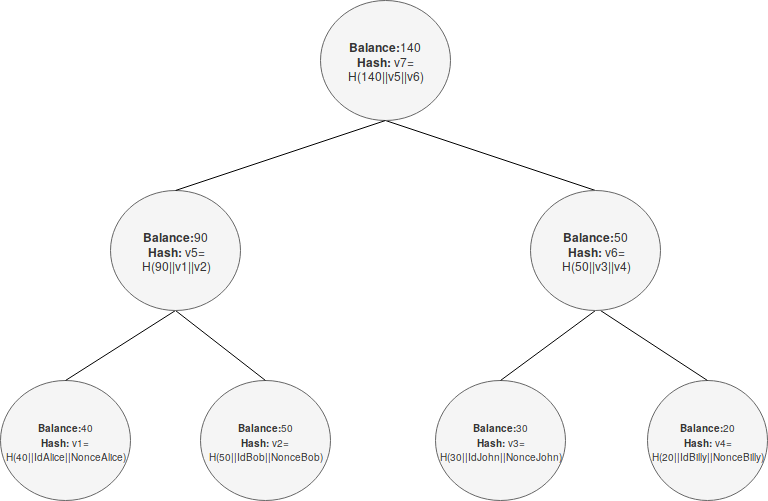
enumatech/blog keeps this draw.io diagram as images/merkle-tree/proof-of-liabilities.png. Above is the earlier version. Source tidied: cells renumbered, new cells last; positions are measured from the earlier drawing's top-left corner, leaving out a move shared by most shapes. The source it was exported from:
```xml
<mxGraphModel>
  <root>
    <mxCell id="0" />
    <mxCell id="1" parent="0" />
    <mxCell id="2" value="&lt;font style=&quot;font-size: 10px&quot;&gt;&lt;b&gt;Balance:&lt;/b&gt;40&lt;br&gt;&lt;b&gt;Hash: &lt;/b&gt;v1=&lt;b&gt;&lt;br&gt;&lt;/b&gt;H(40||IdAlice||NonceAlice)&lt;/font&gt;" style="ellipse;whiteSpace=wrap;html=1;fillColor=#f5f5f5;strokeColor=#666666;fontColor=#333333;" parent="1" vertex="1">
      <mxGeometry y="380" width="130" height="120" as="geometry" />
    </mxCell>
    <mxCell id="3" value="&lt;font style=&quot;font-size: 10px&quot;&gt;&lt;b&gt;Balance:&lt;/b&gt;30&lt;br&gt;&lt;/font&gt;&lt;div&gt;&lt;font style=&quot;font-size: 10px&quot;&gt;&lt;b&gt;Hash: &lt;/b&gt;v3=&lt;/font&gt;&lt;/div&gt;&lt;div&gt;&lt;font style=&quot;font-size: 10px&quot;&gt;H(30||IdJohn||NonceJohn)&lt;/font&gt;&lt;/div&gt;" style="ellipse;whiteSpace=wrap;html=1;fillColor=#f5f5f5;strokeColor=#666666;fontColor=#333333;" parent="1" vertex="1">
      <mxGeometry x="435" y="380" width="130" height="120" as="geometry" />
    </mxCell>
    <mxCell id="4" value="&lt;font style=&quot;font-size: 10px&quot;&gt;&lt;b&gt;Balance:&lt;/b&gt;50&lt;br&gt;&lt;b&gt;Hash: &lt;/b&gt;v2=&lt;b&gt;&lt;br&gt;&lt;/b&gt;H(50||IdBob||NonceBob)&lt;/font&gt;" style="ellipse;whiteSpace=wrap;html=1;fillColor=#f5f5f5;strokeColor=#666666;fontColor=#333333;" parent="1" vertex="1">
      <mxGeometry x="200" y="380" width="130" height="120" as="geometry" />
    </mxCell>
    <mxCell id="5" value="&lt;font style=&quot;font-size: 10px&quot;&gt;&lt;b&gt;Balance:&lt;/b&gt;20&lt;br&gt;&lt;/font&gt;&lt;div&gt;&lt;font style=&quot;font-size: 10px&quot;&gt;&lt;b&gt;Hash: &lt;/b&gt;v4=&lt;/font&gt;&lt;/div&gt;&lt;div&gt;&lt;font style=&quot;font-size: 10px&quot;&gt;H(20||IdBilly||NonceBilly)&lt;/font&gt;&lt;/div&gt;" style="ellipse;whiteSpace=wrap;html=1;fillColor=#f5f5f5;strokeColor=#666666;fontColor=#333333;" parent="1" vertex="1">
      <mxGeometry x="647" y="380" width="120" height="120" as="geometry" />
    </mxCell>
    <mxCell id="6" style="endArrow=none;html=1;exitX=0.5;exitY=0;exitDx=0;exitDy=0;entryX=0.5;entryY=1;entryDx=0;entryDy=0;" parent="1" edge="1" source="12" target="13">
      <mxGeometry relative="1" as="geometry" />
    </mxCell>
    <mxCell id="7" style="endArrow=none;html=1;entryX=0.5;entryY=1;entryDx=0;entryDy=0;exitX=0.5;exitY=0;exitDx=0;exitDy=0;" parent="1" edge="1" source="2" target="11">
      <mxGeometry relative="1" as="geometry" />
    </mxCell>
    <mxCell id="8" style="endArrow=none;html=1;exitX=0.5;exitY=0;exitDx=0;exitDy=0;entryX=0.5;entryY=1;entryDx=0;entryDy=0;" parent="1" edge="1" source="4" target="11">
      <mxGeometry relative="1" as="geometry" />
    </mxCell>
    <mxCell id="9" style="endArrow=none;html=1;entryX=0.5;entryY=1;entryDx=0;entryDy=0;exitX=0.5;exitY=0;exitDx=0;exitDy=0;" parent="1" edge="1" source="3" target="12">
      <mxGeometry relative="1" as="geometry" />
    </mxCell>
    <mxCell id="10" style="endArrow=none;html=1;exitX=0.5;exitY=0;exitDx=0;exitDy=0;" parent="1" edge="1" source="5">
      <mxGeometry relative="1" as="geometry">
        <mxPoint x="600" y="310" as="targetPoint" />
      </mxGeometry>
    </mxCell>
    <mxCell id="11" value="&lt;font&gt;&lt;b&gt;Balance:&lt;/b&gt;90&lt;br&gt;&lt;/font&gt;&lt;div&gt;&lt;font&gt;&lt;b&gt;Hash: &lt;/b&gt;v5=&lt;/font&gt;&lt;/div&gt;&lt;div&gt;&lt;font&gt;H(90||v1||v2)&lt;/font&gt;&lt;/div&gt;" style="ellipse;whiteSpace=wrap;html=1;fillColor=#f5f5f5;strokeColor=#666666;fontColor=#333333;" parent="1" vertex="1">
      <mxGeometry x="110" y="190" width="130" height="120" as="geometry" />
    </mxCell>
    <mxCell id="12" value="&lt;font&gt;&lt;b&gt;Balance:&lt;/b&gt;50&lt;br&gt;&lt;/font&gt;&lt;div&gt;&lt;font&gt;&lt;b&gt;Hash: &lt;/b&gt;v6=&lt;/font&gt;&lt;/div&gt;&lt;div&gt;&lt;font&gt;H(50||v3||v4)&lt;/font&gt;&lt;/div&gt;" style="ellipse;whiteSpace=wrap;html=1;fillColor=#f5f5f5;strokeColor=#666666;fontColor=#333333;" parent="1" vertex="1">
      <mxGeometry x="530" y="190" width="130" height="120" as="geometry" />
    </mxCell>
    <mxCell id="13" value="&lt;font&gt;&lt;b&gt;Balance:&lt;/b&gt;140&lt;br&gt;&lt;/font&gt;&lt;div&gt;&lt;font&gt;&lt;b&gt;Hash: &lt;/b&gt;v7=&lt;/font&gt;&lt;/div&gt;&lt;div&gt;&lt;font&gt;H(140||v5||v6)&lt;/font&gt;&lt;/div&gt;" style="ellipse;whiteSpace=wrap;html=1;fillColor=#f5f5f5;strokeColor=#666666;fontColor=#333333;" parent="1" vertex="1">
      <mxGeometry x="320" width="130" height="120" as="geometry" />
    </mxCell>
    <mxCell id="14" style="endArrow=none;html=1;entryX=0.5;entryY=1;entryDx=0;entryDy=0;exitX=0.5;exitY=0;exitDx=0;exitDy=0;" parent="1" edge="1" source="11" target="13">
      <mxGeometry relative="1" as="geometry" />
    </mxCell>
  </root>
</mxGraphModel>
```
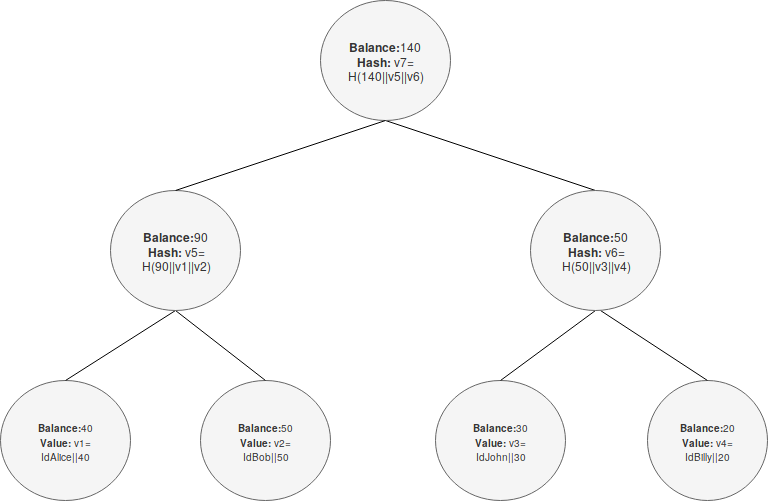
The same file after the commit.

Commit message:
Add simple version for proof of liabilities.

Diff of the diagram source:
```diff
@@ -2,16 +2,16 @@
   <root>
     <mxCell id="0" />
     <mxCell id="1" parent="0" />
-    <mxCell id="2" value="&lt;font style=&quot;font-size: 10px&quot;&gt;&lt;b&gt;Balance:&lt;/b&gt;40&lt;br&gt;&lt;b&gt;Hash: &lt;/b&gt;v1=&lt;b&gt;&lt;br&gt;&lt;/b&gt;H(40||IdAlice||NonceAlice)&lt;/font&gt;" style="ellipse;whiteSpace=wrap;html=1;fillColor=#f5f5f5;strokeColor=#666666;fontColor=#333333;" parent="1" vertex="1">
+    <mxCell id="2" value="&lt;font style=&quot;font-size: 10px&quot;&gt;&lt;b&gt;Balance:&lt;/b&gt;40&lt;br&gt;&lt;b&gt;Value: &lt;/b&gt;v1=&lt;b&gt;&lt;br&gt;&lt;/b&gt;IdAlice||40&lt;/font&gt;" style="ellipse;whiteSpace=wrap;html=1;fillColor=#f5f5f5;strokeColor=#666666;fontColor=#333333;" parent="1" vertex="1">
       <mxGeometry y="380" width="130" height="120" as="geometry" />
     </mxCell>
-    <mxCell id="3" value="&lt;font style=&quot;font-size: 10px&quot;&gt;&lt;b&gt;Balance:&lt;/b&gt;30&lt;br&gt;&lt;/font&gt;&lt;div&gt;&lt;font style=&quot;font-size: 10px&quot;&gt;&lt;b&gt;Hash: &lt;/b&gt;v3=&lt;/font&gt;&lt;/div&gt;&lt;div&gt;&lt;font style=&quot;font-size: 10px&quot;&gt;H(30||IdJohn||NonceJohn)&lt;/font&gt;&lt;/div&gt;" style="ellipse;whiteSpace=wrap;html=1;fillColor=#f5f5f5;strokeColor=#666666;fontColor=#333333;" parent="1" vertex="1">
+    <mxCell id="3" value="&lt;font style=&quot;font-size: 10px&quot;&gt;&lt;b&gt;Balance:&lt;/b&gt;30&lt;br&gt;&lt;/font&gt;&lt;div&gt;&lt;font style=&quot;font-size: 10px&quot;&gt;&lt;b&gt;Value: &lt;/b&gt;v3=&lt;/font&gt;&lt;/div&gt;&lt;div&gt;&lt;font style=&quot;font-size: 10px&quot;&gt;IdJohn||30&lt;/font&gt;&lt;/div&gt;" style="ellipse;whiteSpace=wrap;html=1;fillColor=#f5f5f5;strokeColor=#666666;fontColor=#333333;" parent="1" vertex="1">
       <mxGeometry x="435" y="380" width="130" height="120" as="geometry" />
     </mxCell>
-    <mxCell id="4" value="&lt;font style=&quot;font-size: 10px&quot;&gt;&lt;b&gt;Balance:&lt;/b&gt;50&lt;br&gt;&lt;b&gt;Hash: &lt;/b&gt;v2=&lt;b&gt;&lt;br&gt;&lt;/b&gt;H(50||IdBob||NonceBob)&lt;/font&gt;" style="ellipse;whiteSpace=wrap;html=1;fillColor=#f5f5f5;strokeColor=#666666;fontColor=#333333;" parent="1" vertex="1">
+    <mxCell id="4" value="&lt;font style=&quot;font-size: 10px&quot;&gt;&lt;b&gt;Balance:&lt;/b&gt;50&lt;br&gt;&lt;b&gt;Value: &lt;/b&gt;v2=&lt;b&gt;&lt;br&gt;&lt;/b&gt;IdBob||50&lt;/font&gt;" style="ellipse;whiteSpace=wrap;html=1;fillColor=#f5f5f5;strokeColor=#666666;fontColor=#333333;" parent="1" vertex="1">
       <mxGeometry x="200" y="380" width="130" height="120" as="geometry" />
     </mxCell>
-    <mxCell id="5" value="&lt;font style=&quot;font-size: 10px&quot;&gt;&lt;b&gt;Balance:&lt;/b&gt;20&lt;br&gt;&lt;/font&gt;&lt;div&gt;&lt;font style=&quot;font-size: 10px&quot;&gt;&lt;b&gt;Hash: &lt;/b&gt;v4=&lt;/font&gt;&lt;/div&gt;&lt;div&gt;&lt;font style=&quot;font-size: 10px&quot;&gt;H(20||IdBilly||NonceBilly)&lt;/font&gt;&lt;/div&gt;" style="ellipse;whiteSpace=wrap;html=1;fillColor=#f5f5f5;strokeColor=#666666;fontColor=#333333;" parent="1" vertex="1">
+    <mxCell id="5" value="&lt;font style=&quot;font-size: 10px&quot;&gt;&lt;b&gt;Balance:&lt;/b&gt;20&lt;br&gt;&lt;/font&gt;&lt;div&gt;&lt;font style=&quot;font-size: 10px&quot;&gt;&lt;b&gt;Value: &lt;/b&gt;v4=&lt;/font&gt;&lt;/div&gt;&lt;div&gt;&lt;font style=&quot;font-size: 10px&quot;&gt;IdBilly||20&lt;/font&gt;&lt;/div&gt;" style="ellipse;whiteSpace=wrap;html=1;fillColor=#f5f5f5;strokeColor=#666666;fontColor=#333333;" parent="1" vertex="1">
       <mxGeometry x="647" y="380" width="120" height="120" as="geometry" />
     </mxCell>
     <mxCell id="6" style="endArrow=none;html=1;exitX=0.5;exitY=0;exitDx=0;exitDy=0;entryX=0.5;entryY=1;entryDx=0;entryDy=0;" parent="1" edge="1" source="12" target="13">
```
